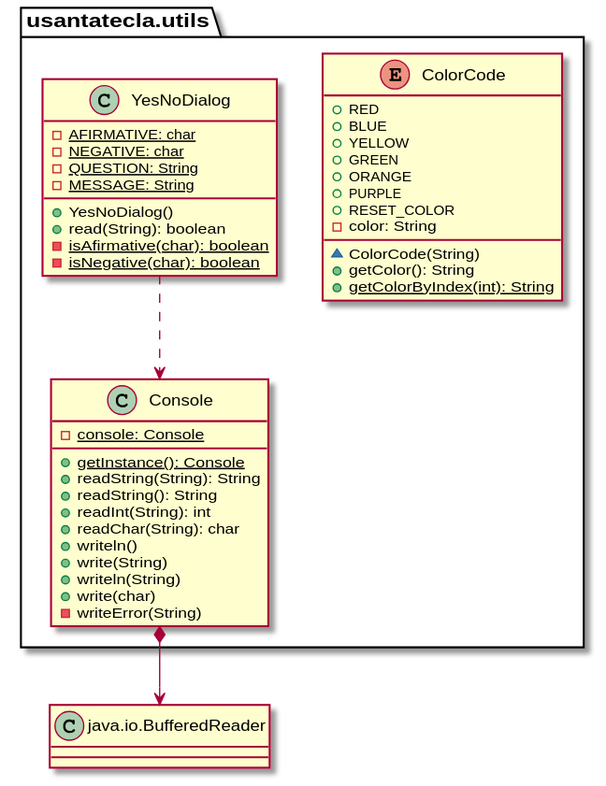
Above: modelViewPresenter/presentationModel/withComposite/docs/diagrams/out/paquetes/usantatecla.utils.svg in SantaTecla-mastermind/solution.java.swing.socket.sql (PlantUML), before the change. The source it was exported from:
```plantuml
@startuml
class BufferedReader as "java.io.BufferedReader"{}

enum usantatecla.utils.ColorCode{
+ RED
+ BLUE
+ YELLOW
+ GREEN
+ ORANGE
+ PURPLE
+ RESET_COLOR
- color: String
~ ColorCode(String)
+ getColor(): String
+ {static} getColorByIndex(int): String
}

class usantatecla.utils.Console{
- {static} console: Console
+ {static} getInstance(): Console
+ readString(String): String
+ readString(): String
+ readInt(String): int
+ readChar(String): char
+ writeln()
+ write(String)
+ writeln(String)
+ write(char)
- writeError(String)
}
usantatecla.utils.Console *-down-> BufferedReader

class  usantatecla.utils.YesNoDialog{
- {static} AFIRMATIVE: char
- {static} NEGATIVE: char
- {static} QUESTION: String
- {static} MESSAGE: String
+ YesNoDialog()
+ read(String): boolean
- {static} isAfirmative(char): boolean
- {static} isNegative(char): boolean
}
usantatecla.utils.YesNoDialog ..> usantatecla.utils.Console
@enduml
```
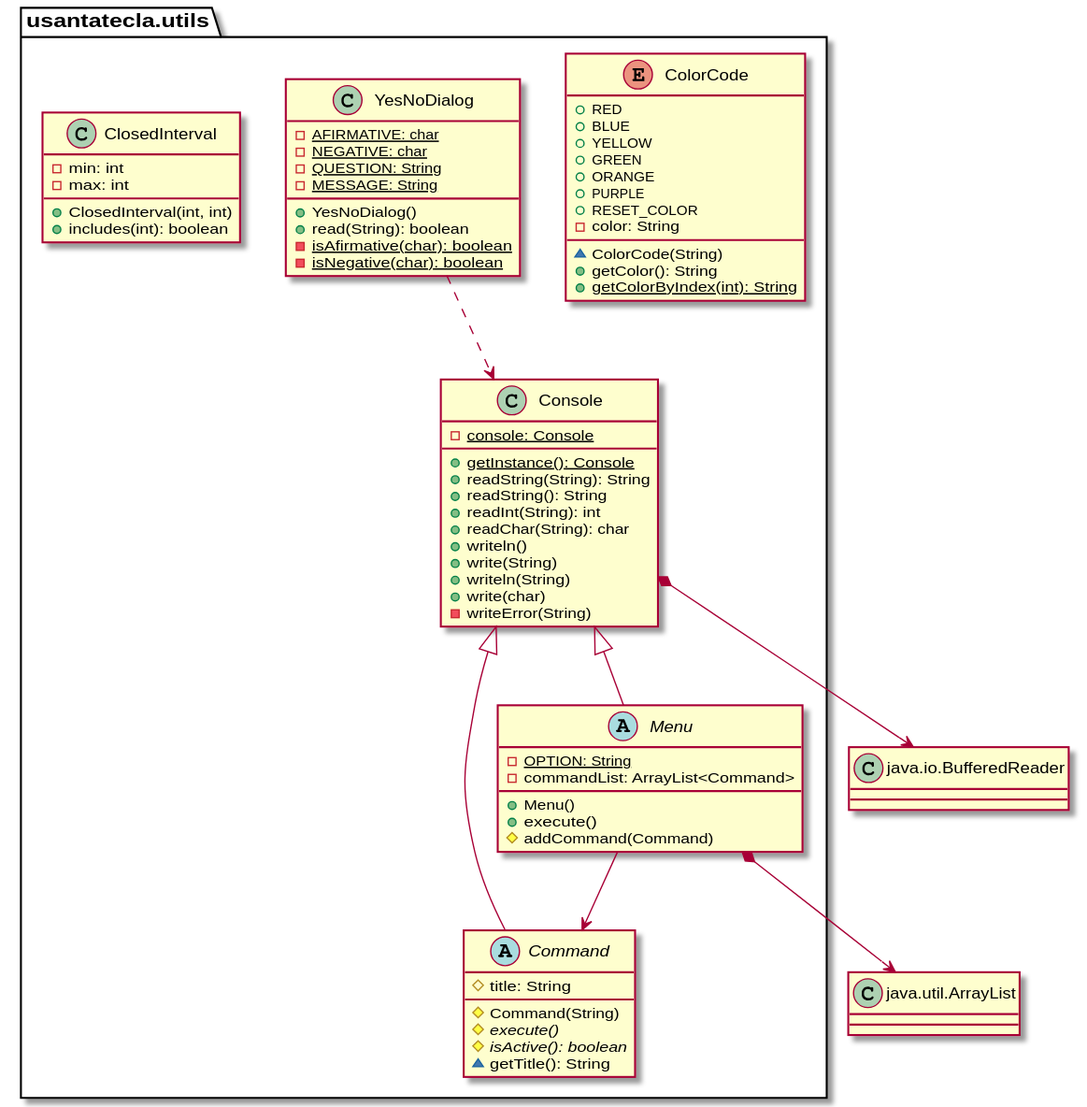
After the commit.

What changed in the source:
```diff
@@ -1,6 +1,6 @@
 @startuml
 class BufferedReader as "java.io.BufferedReader"{}
-
+class ArrayList as "java.util.ArrayList"{}
 enum usantatecla.utils.ColorCode{
 + RED
 + BLUE
@@ -41,4 +41,31 @@
 - {static} isNegative(char): boolean
 }
 usantatecla.utils.YesNoDialog ..> usantatecla.utils.Console
+
+class  usantatecla.utils.ClosedInterval{
+- min: int
+- max: int
++ ClosedInterval(int, int)
++ includes(int): boolean
+}
+
+abstract  usantatecla.utils.Command{
+# title: String
+# Command(String)
+# {abstract} execute()
+# {abstract} isActive(): boolean
+~ getTitle(): String
+}
+usantatecla.utils.Console <|-down- usantatecla.utils.Command
+
+abstract  usantatecla.utils.Menu{
+- {static} OPTION: String
+- commandList: ArrayList<Command>
++ Menu()
++ execute()
+# addCommand(Command)
+}
+usantatecla.utils.Console <|-down- usantatecla.utils.Menu
+usantatecla.utils.Menu *-down-> ArrayList
+usantatecla.utils.Menu --> usantatecla.utils.Command
 @enduml
```
